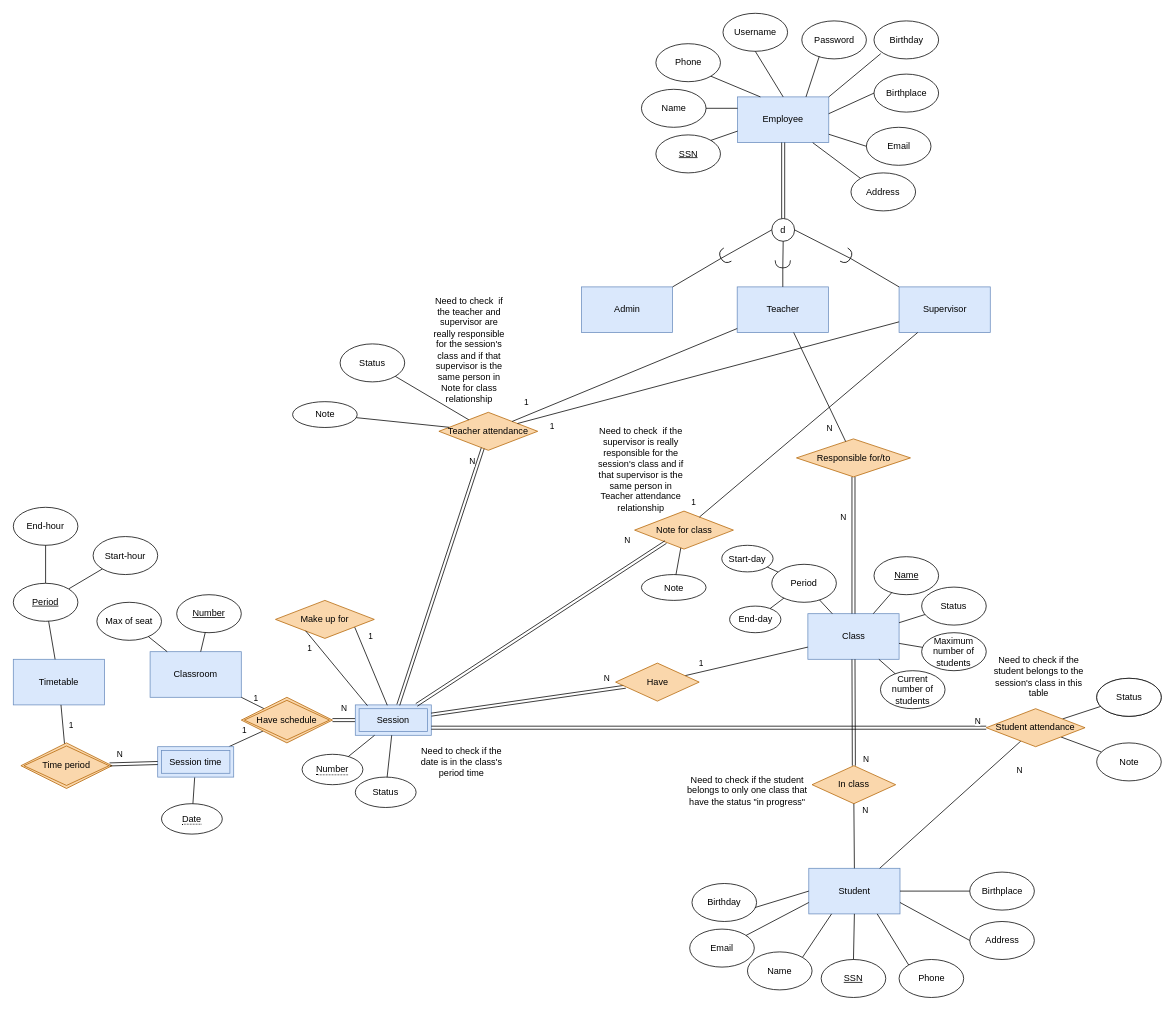
Before: page "Main" (1 of 2) of Week 3/ERD.drawio in astr0tas/English-Center-Attendance-Check, a draw.io diagram. Source tidied: cells renumbered, new cells numbered last; positions are measured from the earlier drawing's top-left corner, leaving out a move shared by most shapes. Both pictures are drawn from the tidied source at 76%, with x=0, y=0 at pixel (13, 13).
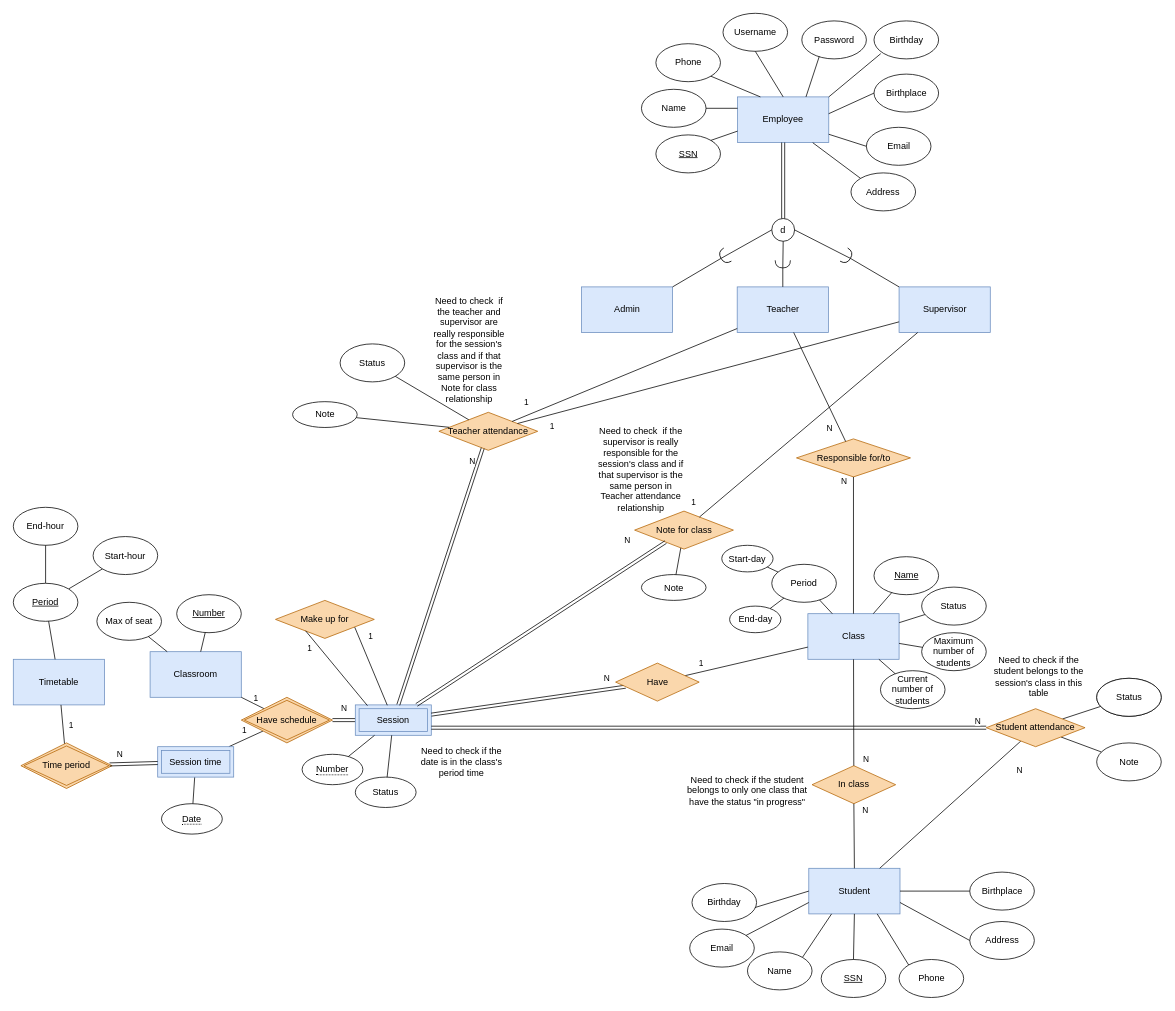
After the change.

The change refers to these unchanged cells:
```xml
<mxCell id="4" value="Class" style="rounded=0;whiteSpace=wrap;html=1;fillColor=#dae8fc;strokeColor=#6c8ebf;" parent="1" vertex="1">
  <mxGeometry x="1045.5" y="790" width="120" height="60" as="geometry" />
</mxCell>
<mxCell id="24" value="In class" style="rhombus;whiteSpace=wrap;html=1;fillColor=#fad7ac;strokeColor=#b46504;" parent="1" vertex="1">
  <mxGeometry x="1051" y="990" width="110" height="50" as="geometry" />
</mxCell>
<mxCell id="31" value="Responsible for/to" style="rhombus;whiteSpace=wrap;html=1;fillColor=#fad7ac;strokeColor=#b46504;" parent="1" vertex="1">
  <mxGeometry x="1030.5" y="560" width="150" height="50" as="geometry" />
</mxCell>
```

The edit, as a diff of the source:
```diff
@@
-    <mxCell id="43" style="endArrow=none;html=1;rounded=0;shape=link;" parent="1" edge="1" source="31" target="4">
-      <mxGeometry relative="1" as="geometry" />
-    </mxCell>
-    <mxCell id="44" value="N" style="edgeLabel;html=1;align=center;verticalAlign=middle;" parent="43" vertex="1">
-      <mxGeometry x="-0.26" y="-3" relative="1" as="geometry">
-        <mxPoint x="-11" y="-15" as="offset" />
-      </mxGeometry>
-    </mxCell>
-    <mxCell id="45" style="endArrow=none;html=1;rounded=0;entryX=0.5;entryY=1;entryDx=0;entryDy=0;exitX=0.5;exitY=0;exitDx=0;exitDy=0;shape=link;" parent="1" edge="1" source="24" target="4">
-      <mxGeometry relative="1" as="geometry" />
-    </mxCell>
@@
+    <mxCell id="143" style="endArrow=none;html=1;rounded=0;" parent="1" edge="1" source="4" target="31">
+      <mxGeometry relative="1" as="geometry" />
+    </mxCell>
+    <mxCell id="44" value="N" style="edgeLabel;html=1;align=center;verticalAlign=middle;" parent="143" vertex="1">
+      <mxGeometry x="-0.58" y="1" relative="1" as="geometry">
+        <mxPoint x="-12" y="-137" as="offset" />
+      </mxGeometry>
+    </mxCell>
+    <mxCell id="144" style="endArrow=none;html=1;rounded=0;" parent="1" edge="1" source="4" target="24">
+      <mxGeometry relative="1" as="geometry" />
+    </mxCell>
```
